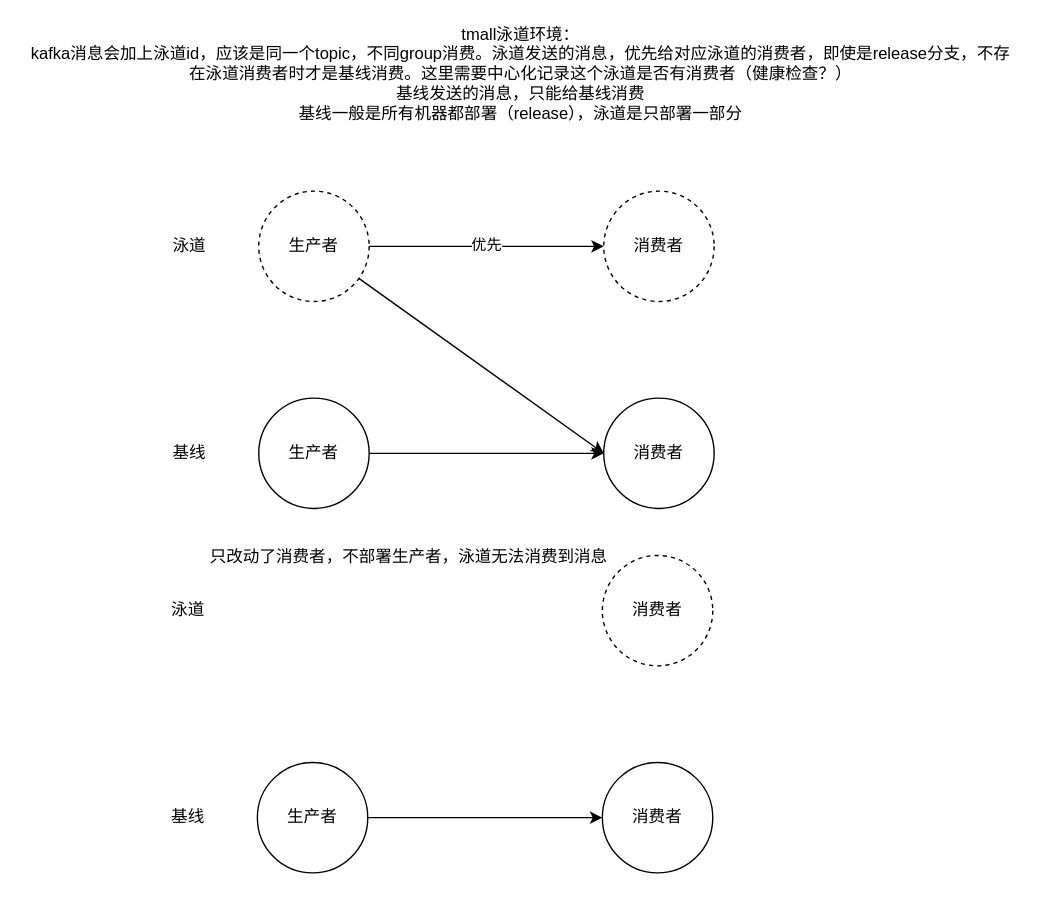
Earlier version of the draw.io diagram kafka泳道.drawio (jessin20161124/javase1). Source tidied: cells renumbered, new cells numbered last; positions are measured from the earlier drawing's top-left corner, leaving out a move shared by most shapes. Both pictures are drawn from the tidied source at 138%, with x=0, y=0 at pixel (23, 25).
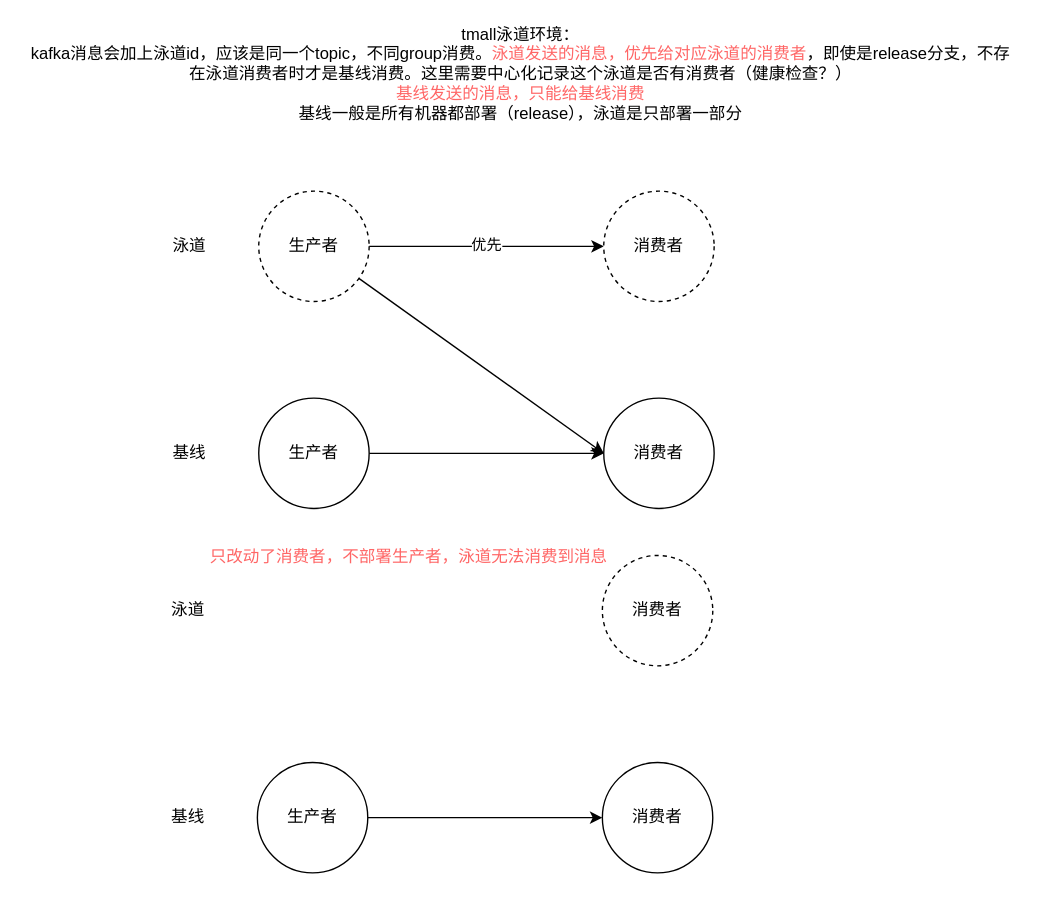
The same diagram, later.

What changed in the source:
```diff
@@
-    <mxCell id="14" value="tmall泳道环境：&lt;br&gt;kafka消息会加上泳道id，应该是同一个topic，不同group消费。泳道发送的消息，优先给对应泳道的消费者，即使是release分支，不存在泳道消费者时才是基线消费。这里需要中心化记录这个泳道是否有消费者（健康检查？）&lt;br&gt;基线发送的消息，只能给基线消费&lt;br&gt;基线一般是所有机器都部署（release），泳道是只部署一部分" style="text;html=1;strokeColor=none;fillColor=none;align=center;verticalAlign=middle;whiteSpace=wrap;rounded=0;" parent="1" vertex="1">
+    <mxCell id="14" value="tmall泳道环境：&lt;br&gt;kafka消息会加上泳道id，应该是同一个topic，不同group消费。&lt;font color=&quot;#ff6666&quot;&gt;泳道发送的消息，优先给对应泳道的消费者&lt;/font&gt;，即使是release分支，不存在泳道消费者时才是基线消费。这里需要中心化记录这个泳道是否有消费者（健康检查？）&lt;br&gt;&lt;font color=&quot;#ff6666&quot;&gt;基线发送的消息，只能给基线消费&lt;br&gt;&lt;/font&gt;基线一般是所有机器都部署（release），泳道是只部署一部分" style="text;html=1;strokeColor=none;fillColor=none;align=center;verticalAlign=middle;whiteSpace=wrap;rounded=0;" parent="1" vertex="1">
       <mxGeometry width="720" height="70" as="geometry" />
     </mxCell>
@@
-    <mxCell id="26" value="只改动了消费者，不部署生产者，泳道无法消费到消息" style="text;html=1;strokeColor=none;fillColor=none;align=center;verticalAlign=middle;whiteSpace=wrap;rounded=0;" parent="1" vertex="1">
+    <mxCell id="26" value="&lt;font color=&quot;#ff6666&quot;&gt;只改动了消费者，不部署生产者，泳道无法消费到消息&lt;/font&gt;" style="text;html=1;strokeColor=none;fillColor=none;align=center;verticalAlign=middle;whiteSpace=wrap;rounded=0;" parent="1" vertex="1">
       <mxGeometry x="129" y="370" width="300" height="30" as="geometry" />
     </mxCell>
```
